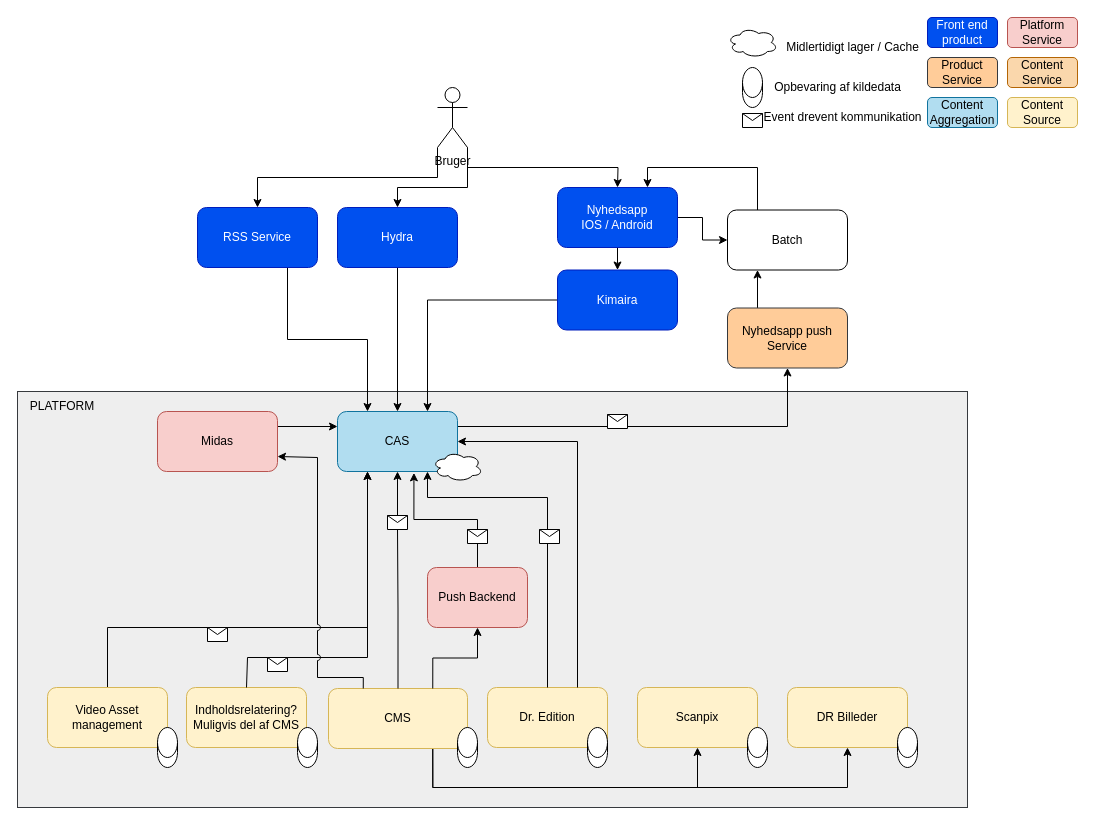
Above: page "To Be udgivelseskæden" (5 of 5) of draw-io/målarkitektur.drawio in drdkjtop/arkitektur (draw.io), before the change. Source tidied: cells renumbered, new cells numbered last; positions are measured from the earlier drawing's top-left corner, leaving out a move shared by most shapes. Both pictures are drawn from the tidied source at 100%, with x=0, y=0 at pixel (17, 17).
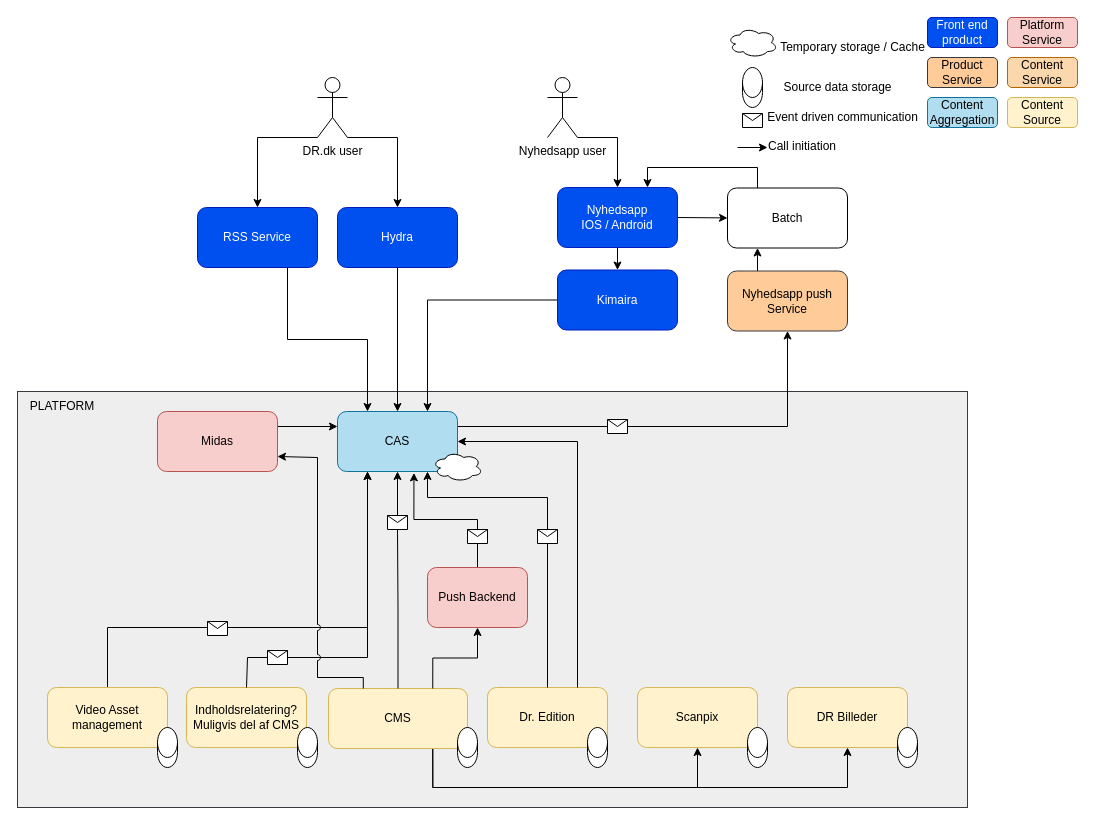
The same diagram, later.

Unchanged cells that the change refers to:
```xml
<mxCell id="40" value="RSS Service" style="rounded=1;whiteSpace=wrap;html=1;fillColor=#0050ef;strokeColor=#001DBC;fontColor=#ffffff;" parent="1" vertex="1">
  <mxGeometry x="180" y="190" width="120" height="60" as="geometry" />
</mxCell>
```

Change to the diagram source:
```diff
@@
     <mxCell id="24" style="shape=message;html=1;outlineConnect=0;" parent="1" vertex="1">
-      <mxGeometry x="250" y="640" width="20" height="14" as="geometry" />
+      <mxGeometry x="250" y="633" width="20" height="14" as="geometry" />
     </mxCell>
@@
     <mxCell id="28" style="shape=message;html=1;outlineConnect=0;" parent="1" vertex="1">
-      <mxGeometry x="522" y="512" width="20" height="14" as="geometry" />
+      <mxGeometry x="520" y="512" width="20" height="14" as="geometry" />
     </mxCell>
@@
     <mxCell id="34" style="edgeStyle=orthogonalEdgeStyle;rounded=0;jumpStyle=arc;jettySize=auto;html=1;entryX=0.5;entryY=0;entryDx=0;entryDy=0;exitX=1;exitY=1;exitDx=0;exitDy=0;exitPerimeter=0;" parent="1" edge="1" source="37">
       <mxGeometry relative="1" as="geometry">
         <mxPoint x="380" y="190" as="targetPoint" />
         <Array as="points">
-          <mxPoint x="450" y="170" />
-          <mxPoint x="380" y="170" />
+          <mxPoint x="380" y="120" />
         </Array>
       </mxGeometry>
     </mxCell>
-    <mxCell id="35" style="edgeStyle=orthogonalEdgeStyle;rounded=0;jumpStyle=arc;jettySize=auto;html=1;exitX=1;exitY=1;exitDx=0;exitDy=0;exitPerimeter=0;" parent="1" edge="1" source="37">
+    <mxCell id="35" style="edgeStyle=orthogonalEdgeStyle;rounded=0;jumpStyle=arc;jettySize=auto;html=1;exitX=1;exitY=1;exitDx=0;exitDy=0;exitPerimeter=0;" parent="1" edge="1" source="70">
       <mxGeometry relative="1" as="geometry">
         <mxPoint x="600" y="170" as="targetPoint" />
+        <Array as="points">
+          <mxPoint x="600" y="120" />
+        </Array>
       </mxGeometry>
     </mxCell>
     <mxCell id="36" style="edgeStyle=orthogonalEdgeStyle;rounded=0;jettySize=auto;html=1;exitX=0;exitY=1;exitDx=0;exitDy=0;exitPerimeter=0;" parent="1" edge="1" source="37" target="40">
-      <mxGeometry relative="1" as="geometry" />
+      <mxGeometry relative="1" as="geometry">
+        <Array as="points">
+          <mxPoint x="240" y="120" />
+        </Array>
+      </mxGeometry>
     </mxCell>
-    <mxCell id="37" value="Bruger" style="shape=umlActor;verticalLabelPosition=bottom;verticalAlign=top;html=1;outlineConnect=0;" parent="1" vertex="1">
-      <mxGeometry x="420" y="70" width="30" height="60" as="geometry" />
+    <mxCell id="37" value="DR.dk user" style="shape=umlActor;verticalLabelPosition=bottom;verticalAlign=top;html=1;outlineConnect=0;" parent="1" vertex="1">
+      <mxGeometry x="300" y="60" width="30" height="60" as="geometry" />
     </mxCell>
@@
     <mxCell id="43" value="Nyhedsapp push Service" style="rounded=1;whiteSpace=wrap;html=1;fillColor=#ffcc99;strokeColor=#36393d;" parent="1" vertex="1">
-      <mxGeometry x="710" y="290.5" width="120" height="60" as="geometry" />
+      <mxGeometry x="710" y="253.5" width="120" height="60" as="geometry" />
     </mxCell>
@@
     <mxCell id="48" value="Batch" style="rounded=1;whiteSpace=wrap;html=1;fillColor=default;strokeColor=default;fontColor=default;" parent="1" vertex="1">
-      <mxGeometry x="710" y="192.5" width="120" height="60" as="geometry" />
+      <mxGeometry x="710" y="170.5" width="120" height="60" as="geometry" />
     </mxCell>
     <mxCell id="49" style="shape=message;html=1;" parent="1" vertex="1">
-      <mxGeometry x="590" y="397" width="20" height="14" as="geometry" />
+      <mxGeometry x="590" y="402" width="20" height="14" as="geometry" />
     </mxCell>
@@
-    <mxCell id="54" value="Opbevaring af kildedata" style="text;html=1;align=center;verticalAlign=middle;strokeColor=none;fillColor=none;fontColor=default;" parent="1" vertex="1">
-      <mxGeometry x="750" y="60" width="140" height="20" as="geometry" />
+    <mxCell id="54" value="Source data storage" style="text;html=1;align=center;verticalAlign=middle;strokeColor=none;fillColor=none;fontColor=default;" parent="1" vertex="1">
+      <mxGeometry x="760" y="60" width="120" height="20" as="geometry" />
     </mxCell>
-    <mxCell id="55" value="Midlertidigt lager / Cache" style="text;html=1;align=center;verticalAlign=middle;strokeColor=none;fillColor=none;fontColor=default;" parent="1" vertex="1">
-      <mxGeometry x="760" y="20" width="150" height="20" as="geometry" />
+    <mxCell id="55" value="Temporary storage / Cache" style="text;html=1;align=center;verticalAlign=middle;strokeColor=none;fillColor=none;fontColor=default;" parent="1" vertex="1">
+      <mxGeometry x="755" y="20" width="160" height="20" as="geometry" />
     </mxCell>
@@
-    <mxCell id="63" value="Event drevent kommunikation" style="text;html=1;align=center;verticalAlign=middle;strokeColor=none;fillColor=none;fontColor=default;" parent="1" vertex="1">
+    <mxCell id="63" value="Event driven communication" style="text;html=1;align=center;verticalAlign=middle;strokeColor=none;fillColor=none;fontColor=default;" parent="1" vertex="1">
       <mxGeometry x="740" y="90" width="170" height="20" as="geometry" />
     </mxCell>
@@
     <mxCell id="68" style="shape=message;html=1;" parent="1" vertex="1">
-      <mxGeometry x="190" y="610" width="20" height="14" as="geometry" />
+      <mxGeometry x="190" y="604" width="20" height="14" as="geometry" />
     </mxCell>
@@
+    <mxCell id="70" value="Nyhedsapp user" style="shape=umlActor;verticalLabelPosition=bottom;verticalAlign=top;html=1;outlineConnect=0;" parent="1" vertex="1">
+      <mxGeometry x="530" y="60" width="30" height="60" as="geometry" />
+    </mxCell>
+    <mxCell id="71" style="endArrow=classic;html=1;rounded=0;" parent="1" edge="1">
+      <mxGeometry relative="1" as="geometry">
+        <mxPoint x="720" y="130" as="sourcePoint" />
+        <mxPoint x="750" y="130" as="targetPoint" />
+      </mxGeometry>
+    </mxCell>
+    <mxCell id="72" value="Call initiation" style="text;html=1;strokeColor=none;fillColor=none;align=center;verticalAlign=middle;whiteSpace=wrap;rounded=0;" parent="1" vertex="1">
+      <mxGeometry x="740" y="114" width="90" height="30" as="geometry" />
+    </mxCell>
```
